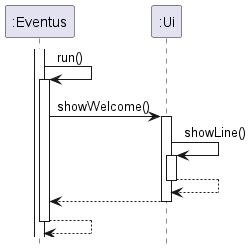
This is docs/UML/Image/Ui_sequence_diagram.png from nus-cs2113-AY2223S2/tp, a PlantUML export, as it was before one commit.
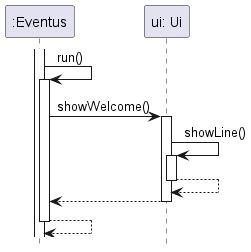
After the commit.

Change to the diagram source:
```diff
@@ -8,19 +8,19 @@
 ":Eventus" -> ":Eventus" : run()
 activate ":Eventus"
 
-":Eventus" -> ":Ui" : showWelcome()
+":Eventus" -> "ui: Ui" : showWelcome()
 
-activate ":Ui"
+activate "ui: Ui"
 
-    ":Ui" -> ":Ui": showLine()
-    activate ":Ui"
+    "ui: Ui" -> "ui: Ui": showLine()
+    activate "ui: Ui"
 
-    ":Ui" --> ":Ui":
-    deactivate ":Ui"
+    "ui: Ui" --> "ui: Ui":
+    deactivate "ui: Ui"
 
-    ":Eventus" <-- ":Ui"
+    ":Eventus" <-- "ui: Ui"
 
-deactivate ":Ui"
+deactivate "ui: Ui"
 
 ":Eventus" --> ":Eventus"
 
```
